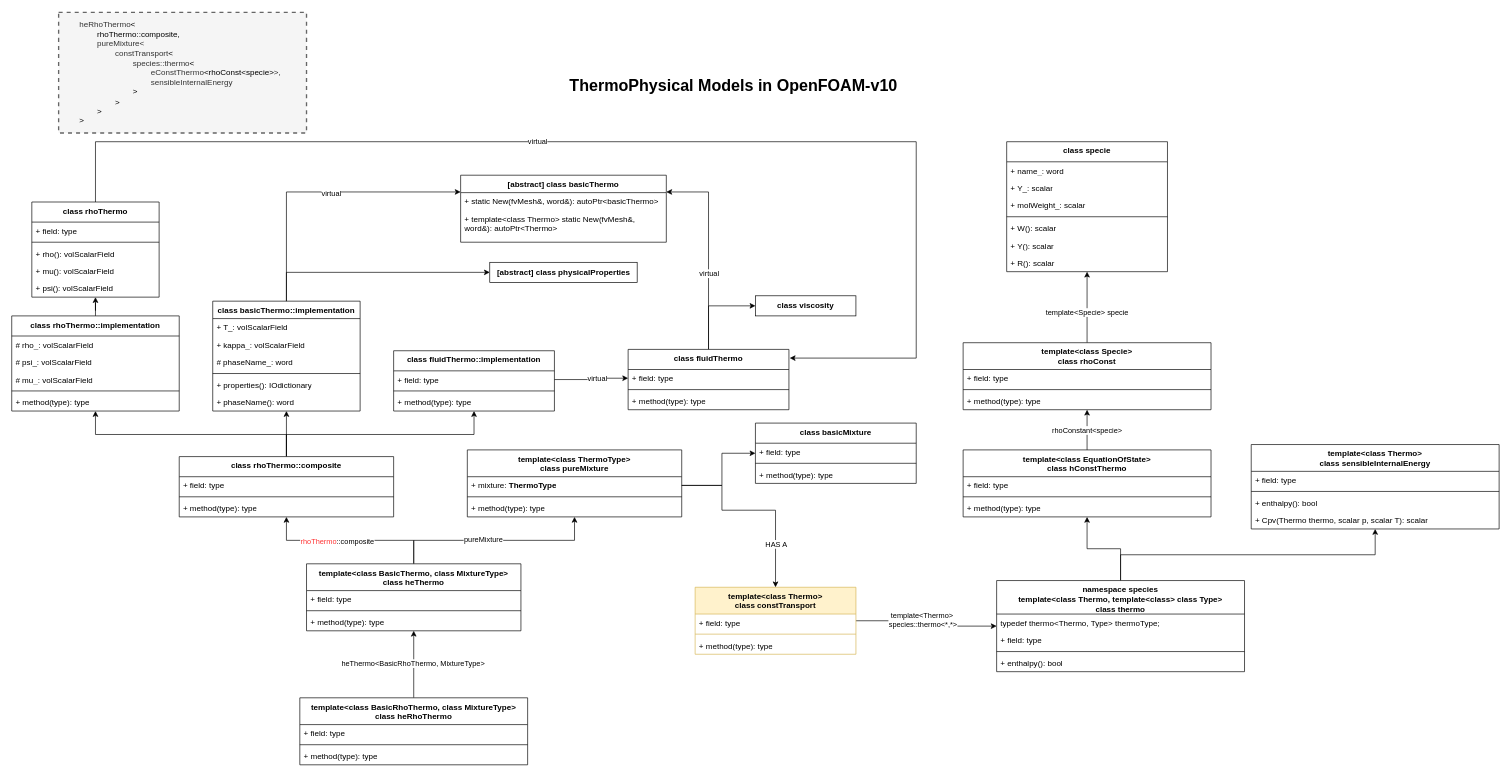
Earlier version of the draw.io diagram page "Page-1" (1 of 2) of thermalPhysicalModels.drawio (MarcoYoung/drawIO). Source tidied: cells renumbered, new cells numbered last; positions are measured from the earlier drawing's top-left corner, leaving out a move shared by most shapes. Both pictures are drawn from the tidied source at 67%, with x=0, y=0 at pixel (11, 12).
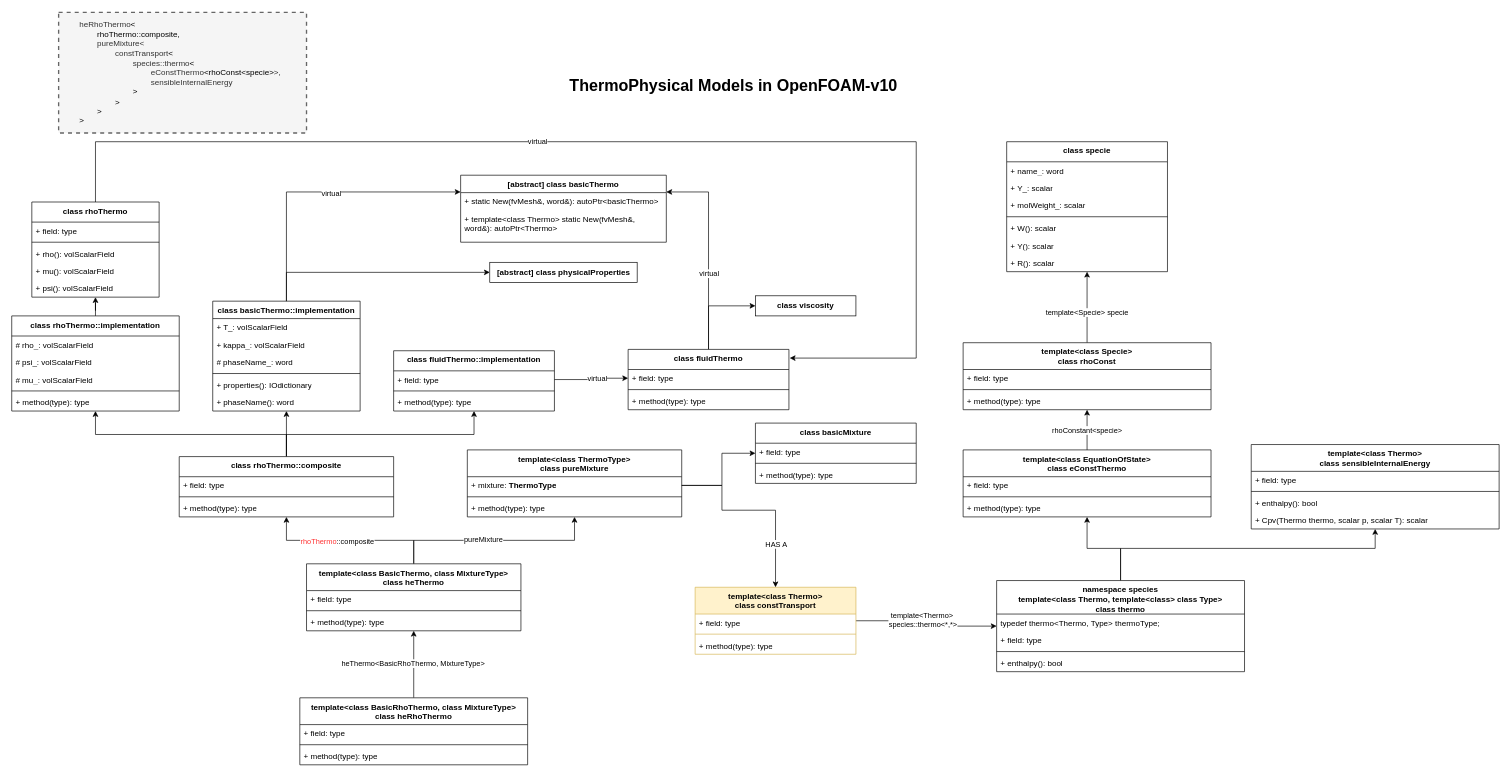
The same diagram, later.

The change refers to these unchanged cells:
```xml
<mxCell id="85" value="namespace species&lt;div&gt;template&amp;lt;class Thermo, template&amp;lt;class&amp;gt; class Type&amp;gt;&lt;/div&gt;&lt;div&gt;class thermo&lt;/div&gt;" style="swimlane;fontStyle=1;align=center;verticalAlign=top;horizontal=1;startSize=50;whiteSpace=wrap;html=1;" parent="1" vertex="1">
  <mxGeometry x="1470" y="848" width="370" height="136" as="geometry" />
</mxCell>
<mxCell id="97" value="&lt;div&gt;template&amp;lt;class Thermo&amp;gt;&lt;/div&gt;&lt;div&gt;class sensibleInternalEnergy&lt;/div&gt;" style="swimlane;fontStyle=1;align=center;verticalAlign=top;horizontal=1;startSize=40;whiteSpace=wrap;html=1;" parent="1" vertex="1">
  <mxGeometry x="1850" y="645" width="370" height="126" as="geometry" />
</mxCell>
```

Change to the diagram source:
```diff
@@
     <mxCell id="83" style="edgeStyle=orthogonalEdgeStyle;rounded=0;jettySize=auto;html=1;" parent="1" edge="1" source="85" target="93">
-      <mxGeometry relative="1" as="geometry" />
+      <mxGeometry relative="1" as="geometry">
+        <Array as="points">
+          <mxPoint x="1655" y="800" />
+          <mxPoint x="1605" y="800" />
+        </Array>
+      </mxGeometry>
     </mxCell>
     <mxCell id="84" style="edgeStyle=orthogonalEdgeStyle;rounded=0;jettySize=auto;html=1;exitX=0.5;exitY=0;exitDx=0;exitDy=0;" parent="1" edge="1" source="85" target="97">
-      <mxGeometry relative="1" as="geometry" />
+      <mxGeometry relative="1" as="geometry">
+        <Array as="points">
+          <mxPoint x="1655" y="800" />
+          <mxPoint x="2035" y="800" />
+        </Array>
+      </mxGeometry>
     </mxCell>
@@
-    <mxCell id="93" value="template&amp;lt;class EquationOfState&amp;gt;&lt;br&gt;&lt;div&gt;class hConstThermo&lt;/div&gt;" style="swimlane;fontStyle=1;align=center;verticalAlign=top;horizontal=1;startSize=40;whiteSpace=wrap;html=1;" parent="1" vertex="1">
+    <mxCell id="93" value="template&amp;lt;class EquationOfState&amp;gt;&lt;br&gt;&lt;div&gt;class eConstThermo&lt;/div&gt;" style="swimlane;fontStyle=1;align=center;verticalAlign=top;horizontal=1;startSize=40;whiteSpace=wrap;html=1;" parent="1" vertex="1">
       <mxGeometry x="1420" y="653" width="370" height="100" as="geometry" />
     </mxCell>
```
